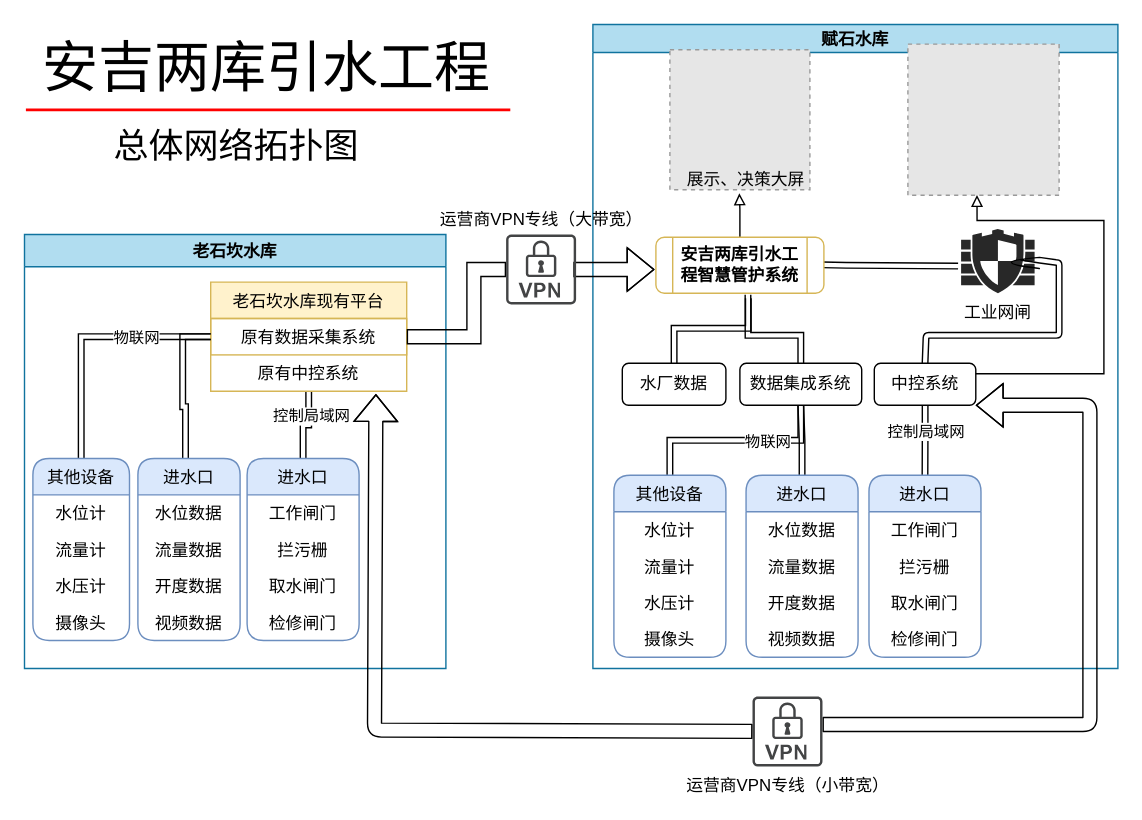
Vincentdu-cn/ha_modified_components keeps this draw.io diagram as page "Page-1" (1 of 4) of 安吉两库引水工程.drawio. Above is the earlier version. Source tidied: cells renumbered, new cells numbered last; positions are measured from the earlier drawing's top-left corner, leaving out a move shared by most shapes. Both pictures are drawn from the tidied source at 140%, with x=0, y=0 at pixel (24, 24). Pictures stored in the file or linked from it are replaced by grey dashed boxes.
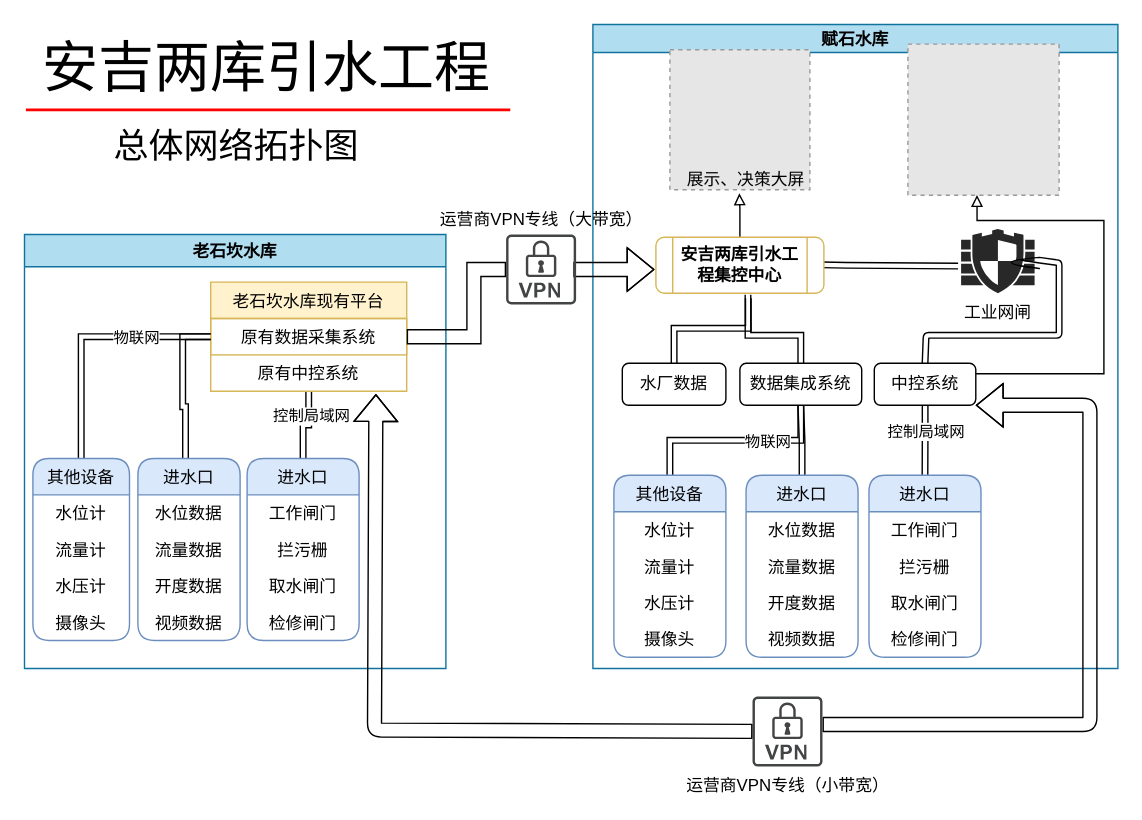
The same page after the edit.

The change refers to these unchanged cells:
```xml
<mxCell id="26" value="赋石水库" style="swimlane;startSize=20;horizontal=1;containerType=tree;newEdgeStyle={&quot;edgeStyle&quot;:&quot;elbowEdgeStyle&quot;,&quot;startArrow&quot;:&quot;none&quot;,&quot;endArrow&quot;:&quot;none&quot;};fillColor=#b1ddf0;strokeColor=#10739e;" parent="1" vertex="1">
  <mxGeometry x="406" width="375" height="460" as="geometry" />
</mxCell>
```

Change to the diagram source:
```diff
@@
-    <mxCell id="49" value="安吉两库引水工程智慧管护系统" style="shape=process;whiteSpace=wrap;html=1;backgroundOutline=1;rounded=1;shadow=0;glass=0;sketch=0;strokeColor=#D6B656;fontStyle=1;" parent="26" vertex="1">
+    <mxCell id="49" value="安吉两库引水工程集控中心" style="shape=process;whiteSpace=wrap;html=1;backgroundOutline=1;rounded=1;shadow=0;glass=0;sketch=0;strokeColor=#D6B656;fontStyle=1;" parent="26" vertex="1">
       <mxGeometry x="45" y="152" width="120" height="40" as="geometry" />
     </mxCell>
```
